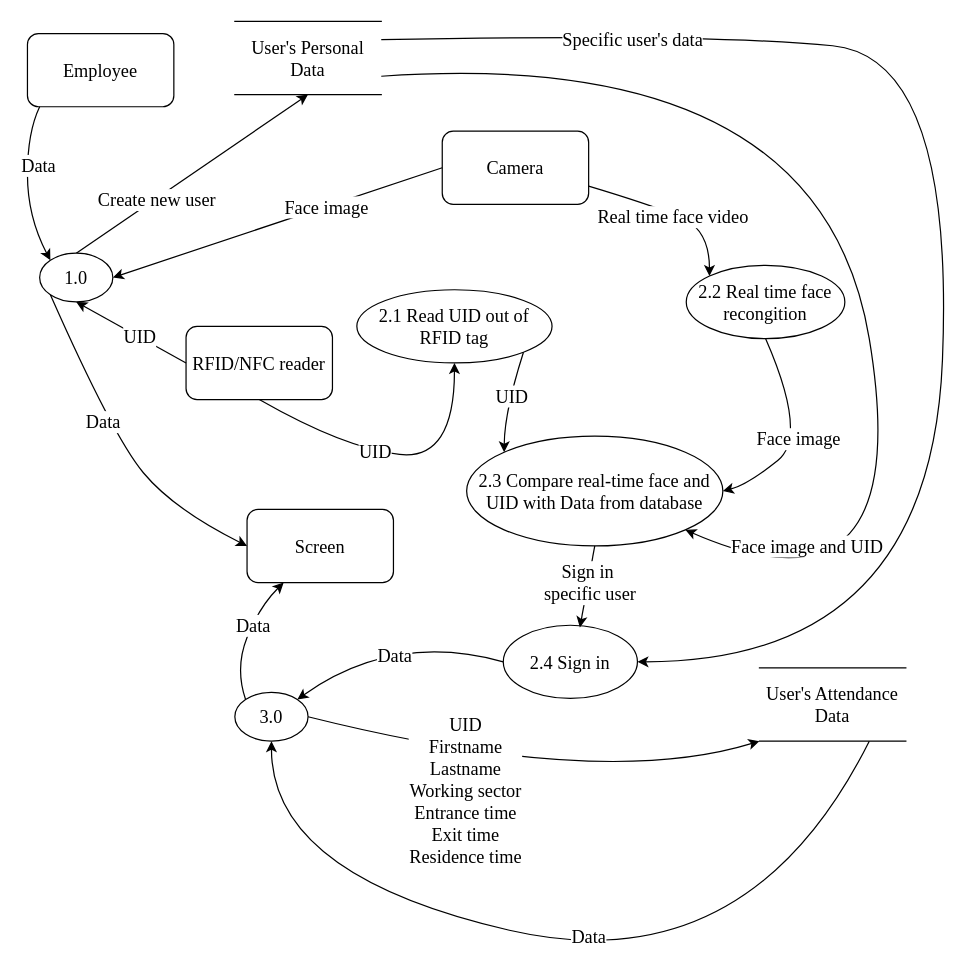
Above: Diagrams/Data flow diagrams/2ndLevel2ndTask.drawio in Panagiotis-Sklidas/Advanced-Attendance-System (draw.io), before the change. Source tidied: cells renumbered, new cells numbered last; positions are measured from the earlier drawing's top-left corner, leaving out a move shared by most shapes. Both pictures are drawn from the tidied source at 122%, with x=0, y=0 at pixel (27, 21).
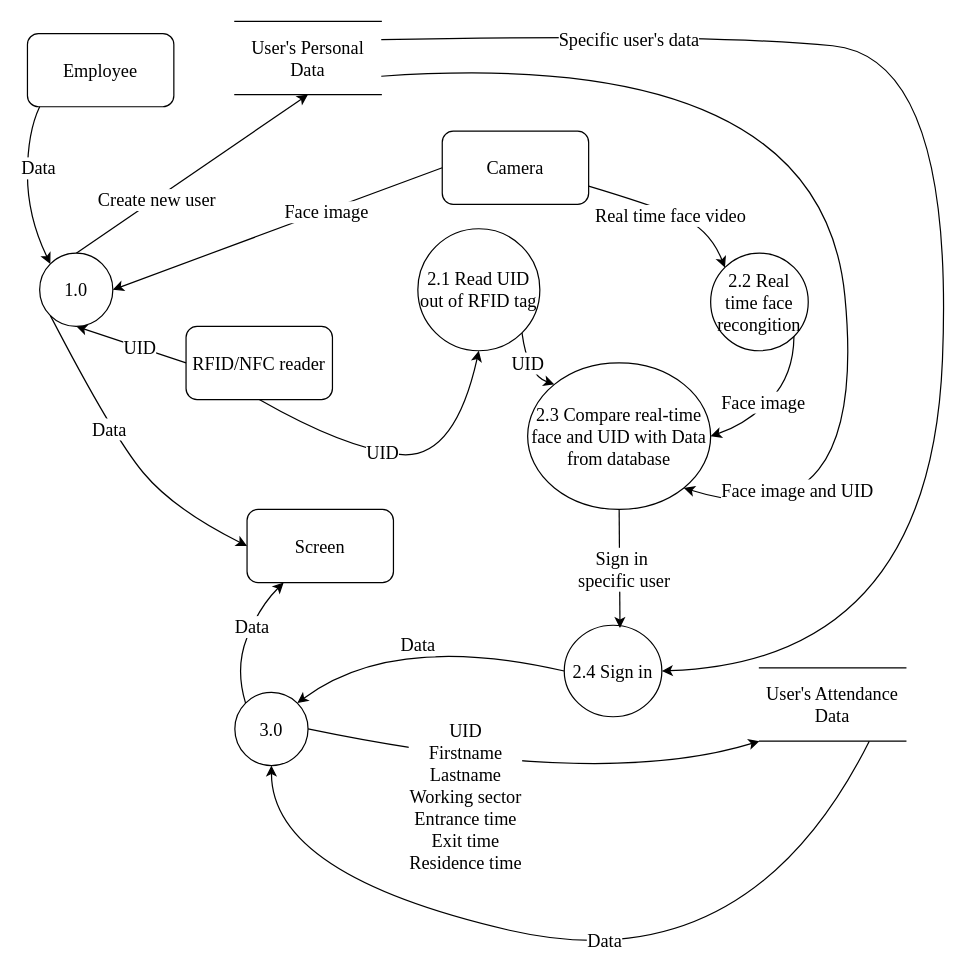
After the change.

The change refers to these unchanged cells:
```xml
<mxCell id="2" value="User's Personal Data" style="shape=partialRectangle;whiteSpace=wrap;html=1;left=0;right=0;fillColor=none;fontFamily=Times New Roman;fontSize=15;" parent="1" vertex="1">
  <mxGeometry x="170" width="120" height="60" as="geometry" />
</mxCell>
<mxCell id="9" value="RFID/NFC reader" style="rounded=1;whiteSpace=wrap;html=1;fontFamily=Times New Roman;fontSize=15;" parent="1" vertex="1">
  <mxGeometry x="130" y="250" width="120" height="60" as="geometry" />
</mxCell>
```

The edit, as a diff of the source:
```diff
@@
     <mxCell id="6" value="2.3 Compare real-time face and UID with Data from database" style="ellipse;whiteSpace=wrap;html=1;fontFamily=Times New Roman;fontSize=15;" parent="1" vertex="1">
-      <mxGeometry x="360" y="340" width="210" height="90" as="geometry" />
+      <mxGeometry x="410" y="280" width="150" height="120" as="geometry" />
     </mxCell>
@@
     <mxCell id="18" value="1.0" style="ellipse;whiteSpace=wrap;html=1;fontFamily=Times New Roman;fontSize=15;" parent="1" vertex="1">
-      <mxGeometry x="10" y="190" width="60" height="40" as="geometry" />
+      <mxGeometry x="10" y="190" width="60" height="60" as="geometry" />
     </mxCell>
@@
     <mxCell id="21" value="2.4 Sign in" style="ellipse;whiteSpace=wrap;html=1;fontFamily=Times New Roman;fontSize=15;" parent="1" vertex="1">
-      <mxGeometry x="390" y="495" width="110" height="60" as="geometry" />
+      <mxGeometry x="440" y="495" width="80" height="75" as="geometry" />
     </mxCell>
     <mxCell id="22" value="2.2 Real time face recongition" style="ellipse;whiteSpace=wrap;html=1;fontFamily=Times New Roman;fontSize=15;" parent="1" vertex="1">
-      <mxGeometry x="540" y="200" width="130" height="60" as="geometry" />
+      <mxGeometry x="560" y="190" width="80" height="80" as="geometry" />
     </mxCell>
     <mxCell id="23" value="2.1 Read UID out of RFID tag" style="ellipse;whiteSpace=wrap;html=1;fontFamily=Times New Roman;fontSize=15;" parent="1" vertex="1">
-      <mxGeometry x="270" y="220" width="160" height="60" as="geometry" />
+      <mxGeometry x="320" y="170" width="100" height="100" as="geometry" />
     </mxCell>
     <mxCell id="24" value="3.0" style="ellipse;whiteSpace=wrap;html=1;fontFamily=Times New Roman;fontSize=15;" parent="1" vertex="1">
-      <mxGeometry x="170" y="550" width="60" height="40" as="geometry" />
+      <mxGeometry x="170" y="550" width="60" height="60" as="geometry" />
     </mxCell>
-    <mxCell id="25" style="curved=1;endArrow=classic;html=1;rounded=0;fontFamily=Times New Roman;fontSize=15;exitX=0.5;exitY=1;exitDx=0;exitDy=0;entryX=0.5;entryY=1;entryDx=0;entryDy=0;" parent="1" edge="1" source="9" target="23">
+    <mxCell id="25" style="curved=1;endArrow=classic;html=1;rounded=0;fontFamily=Times New Roman;fontSize=15;exitX=0.5;exitY=1;exitDx=0;exitDy=0;" parent="1" edge="1" source="9">
       <mxGeometry relative="1" as="geometry">
+        <mxPoint x="370" y="270" as="targetPoint" />
         <Array as="points">
           <mxPoint x="260" y="350" />
           <mxPoint x="350" y="360" />
         </Array>
       </mxGeometry>
     </mxCell>
@@
     <mxCell id="29" style="curved=1;endArrow=classic;html=1;rounded=0;fontFamily=Times New Roman;fontSize=15;exitX=1;exitY=1;exitDx=0;exitDy=0;entryX=0;entryY=0;entryDx=0;entryDy=0;" parent="1" edge="1" source="23" target="6">
       <mxGeometry relative="1" as="geometry">
         <Array as="points">
-          <mxPoint x="391" y="320" />
+          <mxPoint x="410" y="290" />
         </Array>
       </mxGeometry>
     </mxCell>
     <mxCell id="30" value="UID" style="edgeLabel;html=1;align=center;verticalAlign=middle;fontSize=15;fontFamily=Times New Roman;" parent="29" vertex="1">
-      <mxGeometry x="-0.12" y="1" relative="1" as="geometry" />
+      <mxGeometry x="-0.12" y="1" relative="1" as="geometry">
+        <mxPoint y="-1" as="offset" />
+      </mxGeometry>
     </mxCell>
-    <mxCell id="31" style="curved=1;endArrow=classic;html=1;rounded=0;fontFamily=Times New Roman;fontSize=15;exitX=0.5;exitY=1;exitDx=0;exitDy=0;entryX=1;entryY=0.5;entryDx=0;entryDy=0;" parent="1" edge="1" source="22" target="6">
+    <mxCell id="31" style="curved=1;endArrow=classic;html=1;rounded=0;fontFamily=Times New Roman;fontSize=15;exitX=1;exitY=1;exitDx=0;exitDy=0;entryX=1;entryY=0.5;entryDx=0;entryDy=0;" parent="1" edge="1" source="22" target="6">
       <mxGeometry relative="1" as="geometry">
         <Array as="points">
-          <mxPoint x="640" y="340" />
-          <mxPoint x="590" y="380" />
+          <mxPoint x="628" y="290" />
+          <mxPoint x="590" y="330" />
         </Array>
       </mxGeometry>
     </mxCell>
@@
     <mxCell id="33" style="curved=1;endArrow=classic;html=1;rounded=0;fontFamily=Times New Roman;fontSize=15;exitX=1;exitY=0.75;exitDx=0;exitDy=0;entryX=1;entryY=1;entryDx=0;entryDy=0;" parent="1" edge="1" source="2" target="6">
       <mxGeometry relative="1" as="geometry">
         <Array as="points">
           <mxPoint x="650" y="20" />
-          <mxPoint x="730" y="500" />
+          <mxPoint x="690" y="430" />
         </Array>
       </mxGeometry>
     </mxCell>
```
